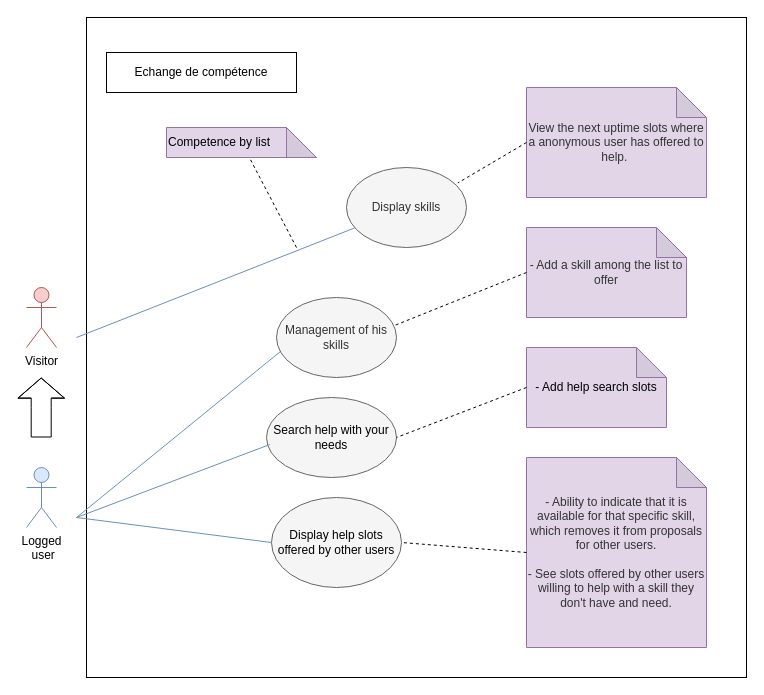
This is Doc/User case.drawio from johandeschamps/Exchanges_of_skills_v1, a draw.io file, before an edit. Source tidied: cells renumbered, new cells numbered last; positions are measured from the earlier drawing's top-left corner, leaving out a move shared by most shapes. Both pictures are drawn from the tidied source at 100%, with x=0, y=0 at pixel (26, 17).
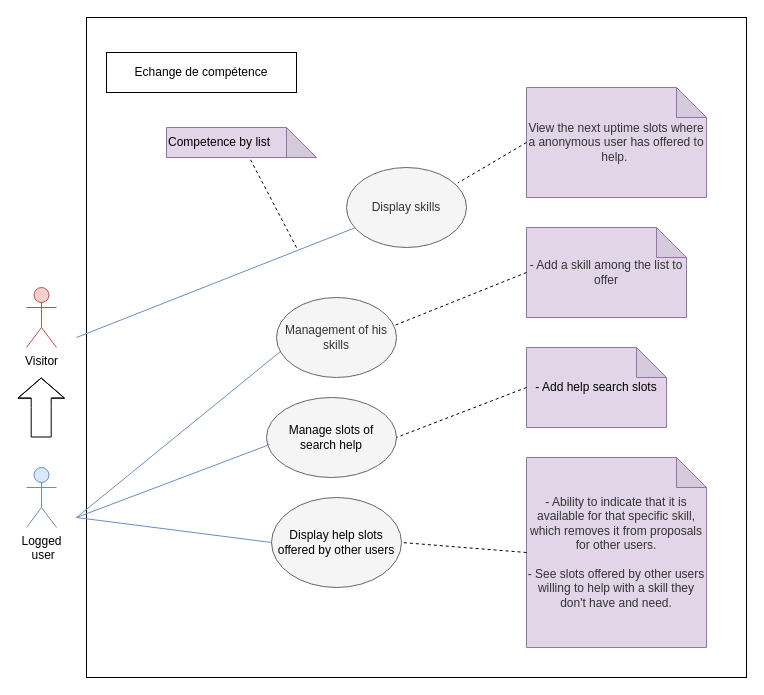
The same page after the edit.

What changed in the source:
```diff
@@
-    <mxCell id="15" value="&lt;font color=&quot;#000000&quot;&gt;Search help with your needs&lt;/font&gt;" style="ellipse;whiteSpace=wrap;html=1;fillColor=#f5f5f5;strokeColor=#666666;fontColor=#333333;" parent="1" vertex="1">
+    <mxCell id="15" value="&lt;font color=&quot;#000000&quot;&gt;Manage slots of&lt;br&gt;search help&lt;/font&gt;" style="ellipse;whiteSpace=wrap;html=1;fillColor=#f5f5f5;strokeColor=#666666;fontColor=#333333;" parent="1" vertex="1">
       <mxGeometry x="240" y="380" width="130" height="80" as="geometry" />
     </mxCell>
```
